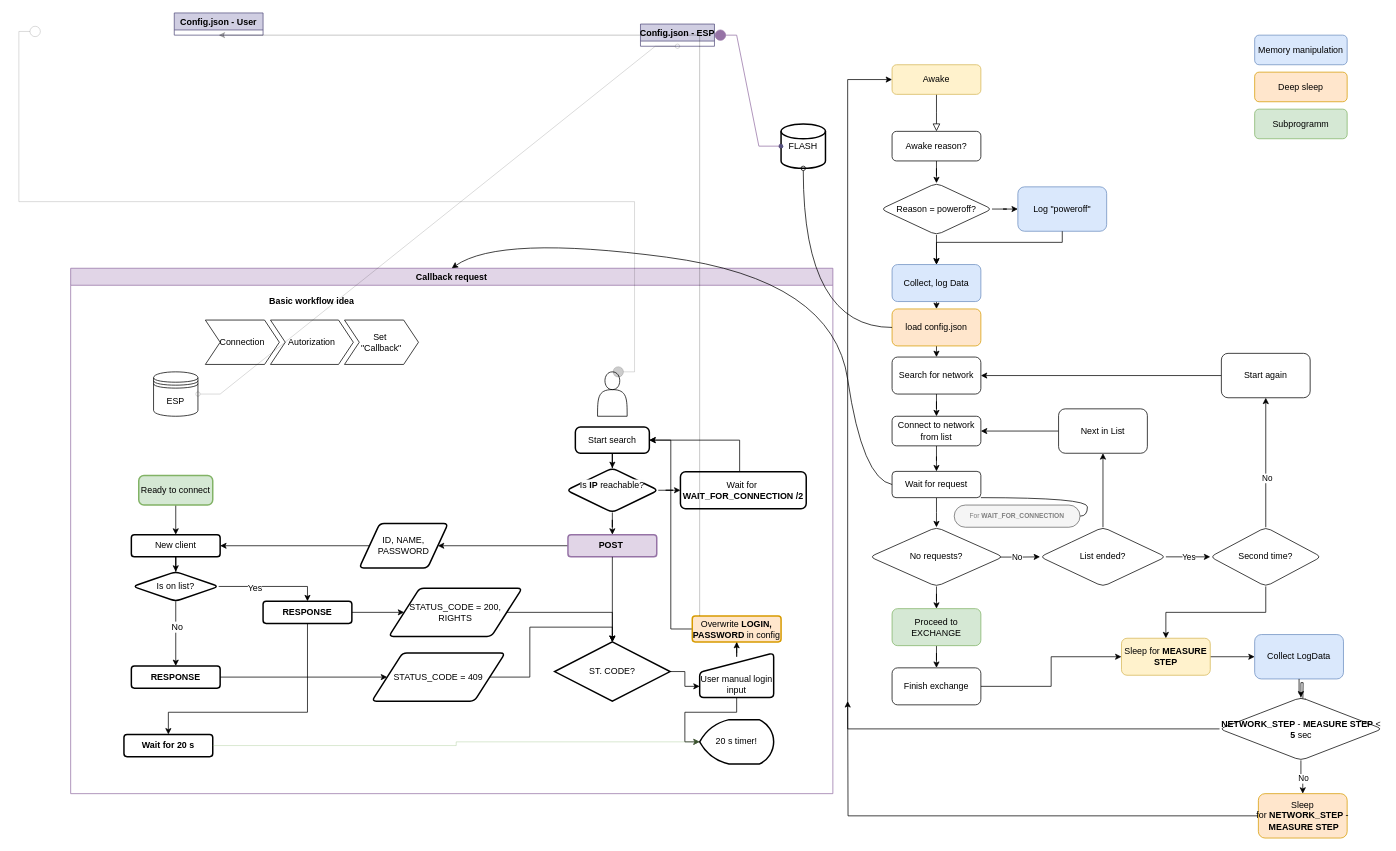
The draw.io diagram Main.drawio in Oleks0ir/sunlight, before the edit. Source tidied: cells renumbered, new cells numbered last; positions are measured from the earlier drawing's top-left corner, leaving out a move shared by most shapes. Both pictures are drawn from the tidied source at 74%, with x=0, y=0 at pixel (41, 13).
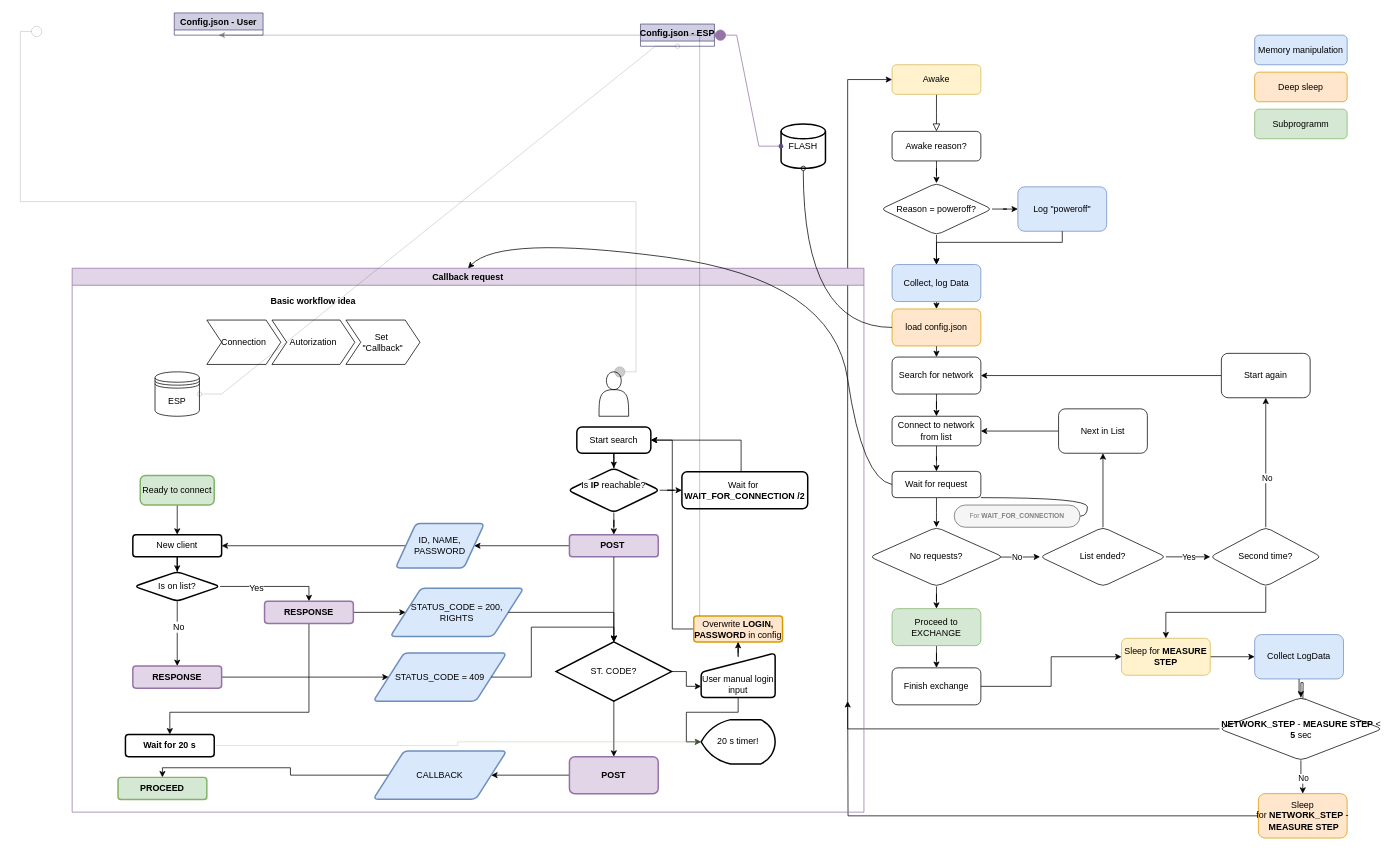
The same diagram, later.

Commit message:
Ready CALLBACK

Unchanged cells that the change refers to:
```xml
<mxCell id="87" value="ST. CODE?" style="strokeWidth=2;html=1;shape=mxgraph.flowchart.decision;whiteSpace=wrap;rounded=1;strokeColor=default;align=center;verticalAlign=middle;arcSize=14;fontFamily=Helvetica;fontSize=12;fontColor=default;fillColor=default;" parent="51" vertex="1">
  <mxGeometry x="654" y="505" width="156" height="80" as="geometry" />
</mxCell>
```

The edit, as a diff of the source:
```diff
@@
     <mxCell id="51" value="Callback request" style="swimlane;fillColor=#e1d5e7;strokeColor=#9673a6;" parent="1" vertex="1">
-      <mxGeometry x="40" y="345" width="1030" height="710" as="geometry" />
+      <mxGeometry x="42" y="345" width="1070" height="735" as="geometry" />
     </mxCell>
@@
-    <mxCell id="73" value="ID, NAME, PASSWORD" style="shape=parallelogram;html=1;strokeWidth=2;perimeter=parallelogramPerimeter;whiteSpace=wrap;rounded=1;arcSize=12;size=0.23;strokeColor=default;align=center;verticalAlign=middle;fontFamily=Helvetica;fontSize=12;fontColor=default;fillColor=default;" parent="51" vertex="1">
-      <mxGeometry x="390" y="345" width="120" height="60" as="geometry" />
+    <mxCell id="73" value="ID, NAME, PASSWORD" style="shape=parallelogram;html=1;strokeWidth=2;perimeter=parallelogramPerimeter;whiteSpace=wrap;rounded=1;arcSize=12;size=0.23;strokeColor=#6c8ebf;align=center;verticalAlign=middle;fontFamily=Helvetica;fontSize=12;fillColor=#dae8fc;" parent="51" vertex="1">
+      <mxGeometry x="437" y="345" width="120" height="60" as="geometry" />
     </mxCell>
@@
-    <mxCell id="81" value="&lt;b&gt;RESPONSE&lt;/b&gt;" style="whiteSpace=wrap;html=1;rounded=1;arcSize=14;strokeWidth=2;" parent="51" vertex="1">
+    <mxCell id="81" value="&lt;b&gt;RESPONSE&lt;/b&gt;" style="whiteSpace=wrap;html=1;rounded=1;arcSize=14;strokeWidth=2;fillColor=#e1d5e7;strokeColor=#9673a6;" parent="51" vertex="1">
       <mxGeometry x="260" y="450" width="120" height="30" as="geometry" />
     </mxCell>
-    <mxCell id="82" value="STATUS_CODE = 200,&lt;div&gt;RIGHTS&lt;/div&gt;" style="shape=parallelogram;html=1;strokeWidth=2;perimeter=parallelogramPerimeter;whiteSpace=wrap;rounded=1;arcSize=12;size=0.23;strokeColor=default;align=center;verticalAlign=middle;fontFamily=Helvetica;fontSize=12;fontColor=default;fillColor=default;" parent="51" vertex="1">
+    <mxCell id="82" value="STATUS_CODE = 200,&lt;div&gt;RIGHTS&lt;/div&gt;" style="shape=parallelogram;html=1;strokeWidth=2;perimeter=parallelogramPerimeter;whiteSpace=wrap;rounded=1;arcSize=12;size=0.23;strokeColor=#6c8ebf;align=center;verticalAlign=middle;fontFamily=Helvetica;fontSize=12;fillColor=#dae8fc;" parent="51" vertex="1">
       <mxGeometry x="430" y="432.5" width="180" height="65" as="geometry" />
     </mxCell>
@@
-    <mxCell id="84" value="&lt;b&gt;RESPONSE&lt;/b&gt;" style="whiteSpace=wrap;html=1;rounded=1;arcSize=14;strokeWidth=2;" parent="51" vertex="1">
+    <mxCell id="84" value="&lt;b&gt;RESPONSE&lt;/b&gt;" style="whiteSpace=wrap;html=1;rounded=1;arcSize=14;strokeWidth=2;fillColor=#e1d5e7;strokeColor=#9673a6;" parent="51" vertex="1">
       <mxGeometry x="82" y="537.5" width="120" height="30" as="geometry" />
     </mxCell>
-    <mxCell id="85" value="STATUS_CODE = 409" style="shape=parallelogram;html=1;strokeWidth=2;perimeter=parallelogramPerimeter;whiteSpace=wrap;rounded=1;arcSize=12;size=0.23;strokeColor=default;align=center;verticalAlign=middle;fontFamily=Helvetica;fontSize=12;fontColor=default;fillColor=default;" parent="51" vertex="1">
+    <mxCell id="85" value="STATUS_CODE = 409" style="shape=parallelogram;html=1;strokeWidth=2;perimeter=parallelogramPerimeter;whiteSpace=wrap;rounded=1;arcSize=12;size=0.23;strokeColor=#6c8ebf;align=center;verticalAlign=middle;fontFamily=Helvetica;fontSize=12;fillColor=#dae8fc;" parent="51" vertex="1">
       <mxGeometry x="407" y="520" width="180" height="65" as="geometry" />
     </mxCell>
@@
+    <mxCell id="114" style="edgeStyle=orthogonalEdgeStyle;rounded=0;jettySize=auto;html=1;fontFamily=Helvetica;fontSize=12;fontColor=default;" parent="51" edge="1" source="87" target="116">
+      <mxGeometry relative="1" as="geometry" />
+    </mxCell>
@@
+    <mxCell id="115" style="edgeStyle=orthogonalEdgeStyle;rounded=0;jettySize=auto;html=1;exitX=0;exitY=0.5;exitDx=0;exitDy=0;entryX=1;entryY=0.5;entryDx=0;entryDy=0;fontFamily=Helvetica;fontSize=12;fontColor=default;" parent="51" edge="1" source="116" target="118">
+      <mxGeometry relative="1" as="geometry" />
+    </mxCell>
+    <mxCell id="116" value="&lt;b&gt;POST&lt;/b&gt;" style="whiteSpace=wrap;html=1;strokeWidth=2;rounded=1;arcSize=14;fillColor=#e1d5e7;strokeColor=#9673a6;" parent="51" vertex="1">
+      <mxGeometry x="672" y="660" width="120" height="50" as="geometry" />
+    </mxCell>
+    <mxCell id="117" style="edgeStyle=orthogonalEdgeStyle;rounded=0;jettySize=auto;html=1;fontFamily=Helvetica;fontSize=12;fontColor=default;entryX=0.5;entryY=0;entryDx=0;entryDy=0;" parent="51" edge="1" source="118" target="119">
+      <mxGeometry relative="1" as="geometry">
+        <Array as="points">
+          <mxPoint x="295" y="685" />
+          <mxPoint x="295" y="675" />
+          <mxPoint x="122" y="675" />
+        </Array>
+      </mxGeometry>
+    </mxCell>
+    <mxCell id="118" value="CALLBACK" style="shape=parallelogram;html=1;strokeWidth=2;perimeter=parallelogramPerimeter;whiteSpace=wrap;rounded=1;arcSize=12;size=0.23;strokeColor=#6c8ebf;align=center;verticalAlign=middle;fontFamily=Helvetica;fontSize=12;fillColor=#dae8fc;" parent="51" vertex="1">
+      <mxGeometry x="407" y="652.5" width="180" height="65" as="geometry" />
+    </mxCell>
+    <mxCell id="119" value="&lt;b&gt;PROCEED&lt;/b&gt;" style="whiteSpace=wrap;html=1;rounded=1;arcSize=14;strokeWidth=2;fillColor=#d5e8d4;strokeColor=#82b366;" parent="51" vertex="1">
+      <mxGeometry x="62" y="688" width="120" height="30" as="geometry" />
+    </mxCell>
```
